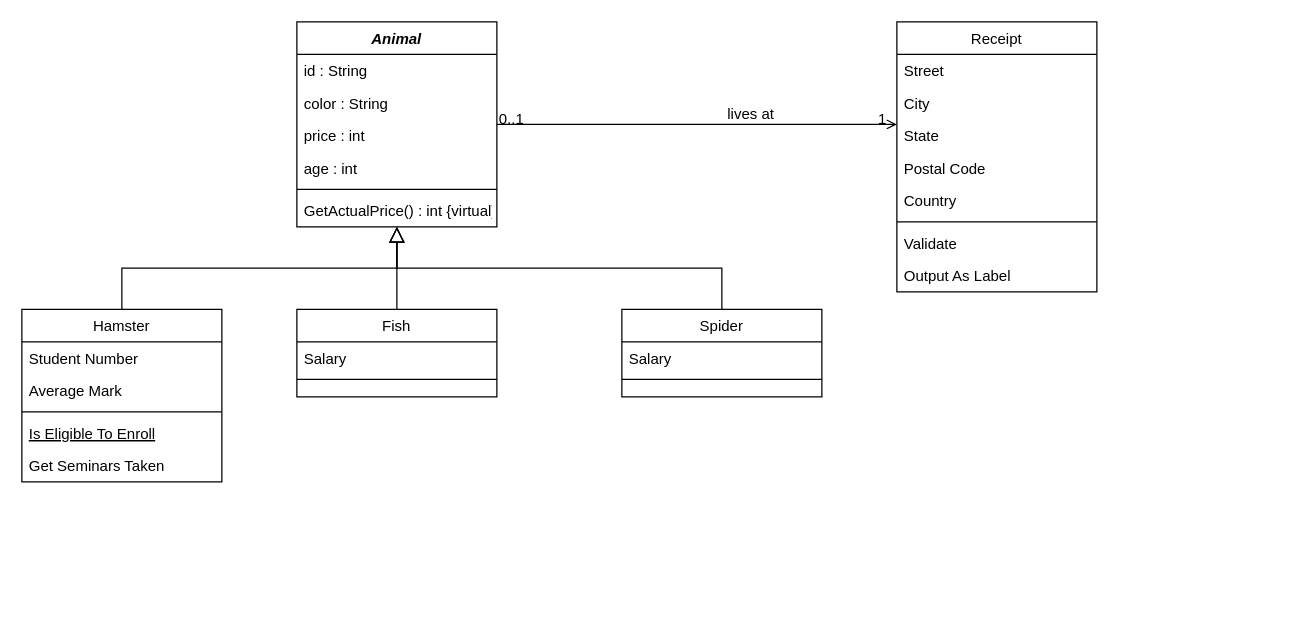
szalaizsolt/feb17 keeps this draw.io diagram as Megnevezetlen diagram.drawio. Above is the earlier version. Source tidied: cells renumbered, new cells numbered last; positions are measured from the earlier drawing's top-left corner, leaving out a move shared by most shapes. Both pictures are drawn from the tidied source at 125%, with x=0, y=0 at pixel (21, 21).
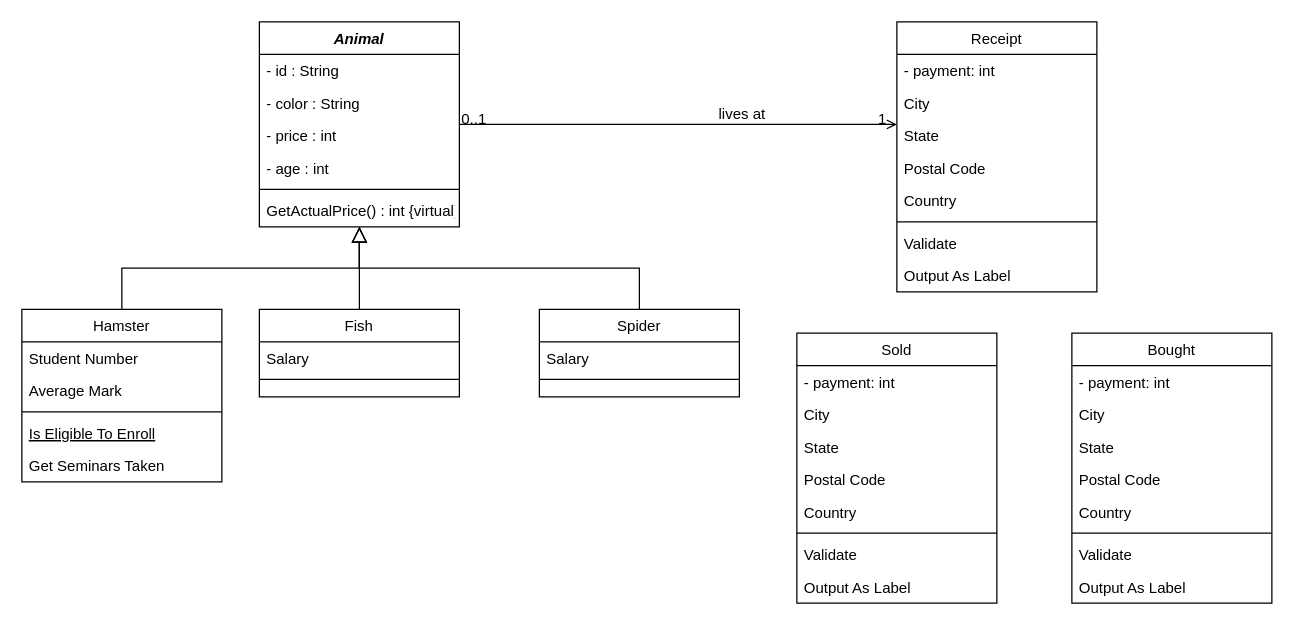
The same page after the edit.

Change to the diagram source:
```diff
@@
     <mxCell id="2" value="Animal" style="swimlane;fontStyle=3;align=center;verticalAlign=top;horizontal=1;startSize=26;rounded=0;shadow=0;strokeWidth=1;" parent="1" vertex="1">
-      <mxGeometry x="220" width="160" height="164" as="geometry" />
+      <mxGeometry x="190" width="160" height="164" as="geometry" />
     </mxCell>
-    <mxCell id="3" value="id : String" style="text;align=left;verticalAlign=top;spacingLeft=4;spacingRight=4;overflow=hidden;" parent="2" vertex="1">
+    <mxCell id="3" value="- id : String" style="text;align=left;verticalAlign=top;spacingLeft=4;spacingRight=4;overflow=hidden;" parent="2" vertex="1">
       <mxGeometry y="26" width="160" height="26" as="geometry" />
     </mxCell>
-    <mxCell id="4" value="color : String" style="text;align=left;verticalAlign=top;spacingLeft=4;spacingRight=4;overflow=hidden;rounded=0;shadow=0;html=0;" parent="2" vertex="1">
+    <mxCell id="4" value="- color : String" style="text;align=left;verticalAlign=top;spacingLeft=4;spacingRight=4;overflow=hidden;rounded=0;shadow=0;html=0;" parent="2" vertex="1">
       <mxGeometry y="52" width="160" height="26" as="geometry" />
     </mxCell>
-    <mxCell id="5" value="price : int" style="text;align=left;verticalAlign=top;spacingLeft=4;spacingRight=4;overflow=hidden;rounded=0;shadow=0;html=0;" parent="2" vertex="1">
+    <mxCell id="5" value="- price : int" style="text;align=left;verticalAlign=top;spacingLeft=4;spacingRight=4;overflow=hidden;rounded=0;shadow=0;html=0;" parent="2" vertex="1">
       <mxGeometry y="78" width="160" height="26" as="geometry" />
     </mxCell>
-    <mxCell id="6" value="age : int" style="text;align=left;verticalAlign=top;spacingLeft=4;spacingRight=4;overflow=hidden;rounded=0;shadow=0;html=0;" parent="2" vertex="1">
+    <mxCell id="6" value="- age : int" style="text;align=left;verticalAlign=top;spacingLeft=4;spacingRight=4;overflow=hidden;rounded=0;shadow=0;html=0;" parent="2" vertex="1">
       <mxGeometry y="104" width="160" height="26" as="geometry" />
     </mxCell>
@@
     <mxCell id="16" value="Fish" style="swimlane;fontStyle=0;align=center;verticalAlign=top;horizontal=1;startSize=26;rounded=0;shadow=0;strokeWidth=1;" parent="1" vertex="1">
-      <mxGeometry x="220" y="230" width="160" height="70" as="geometry" />
+      <mxGeometry x="190" y="230" width="160" height="70" as="geometry" />
     </mxCell>
@@
-    <mxCell id="20" value="Receipt" style="swimlane;fontStyle=0;align=center;verticalAlign=top;horizontal=1;startSize=26;rounded=0;shadow=0;strokeWidth=1;" parent="1" vertex="1">
+    <mxCell id="20" value="Receipt" style="swimlane;fontStyle=0;align=center;verticalAlign=top;horizontal=1;startSize=26;rounded=0;shadow=0;strokeWidth=1;points=[[0,0,0,0,0],[0,0.25,0,0,0],[0,0.5,0,0,0],[0,0.75,0,0,0],[0,1,0,0,0],[0.25,0,0,0,0],[0.25,1,0,0,0],[0.5,0,0,0,0],[0.5,1,0,0,0],[0.75,0,0,0,0],[0.75,1,0,0,0],[1,0,0,0,0],[1,0.25,0,0,0],[1,0.5,0,0,0],[1,0.75,0,0,0],[1,1,0,0,0]];" parent="1" vertex="1">
       <mxGeometry x="700" width="160" height="216" as="geometry" />
     </mxCell>
-    <mxCell id="21" value="Street" style="text;align=left;verticalAlign=top;spacingLeft=4;spacingRight=4;overflow=hidden;" parent="20" vertex="1">
+    <mxCell id="21" value="- payment: int" style="text;align=left;verticalAlign=top;spacingLeft=4;spacingRight=4;overflow=hidden;" parent="20" vertex="1">
       <mxGeometry y="26" width="160" height="26" as="geometry" />
     </mxCell>
@@
     <mxCell id="33" value="Spider" style="swimlane;fontStyle=0;align=center;verticalAlign=top;horizontal=1;startSize=26;rounded=0;shadow=0;strokeWidth=1;points=[[0,0,0,0,0],[0,0.25,0,0,0],[0,0.5,0,0,0],[0,0.75,0,0,0],[0,1,0,0,0],[0.25,0,0,0,0],[0.25,1,0,0,0],[0.5,0,0,0,0],[0.5,1,0,0,0],[0.75,0,0,0,0],[0.75,1,0,0,0],[1,0,0,0,0],[1,0.25,0,0,0],[1,0.5,0,0,0],[1,0.75,0,0,0],[1,1,0,0,0]];" parent="1" vertex="1">
-      <mxGeometry x="480" y="230" width="160" height="70" as="geometry" />
+      <mxGeometry x="414" y="230" width="160" height="70" as="geometry" />
     </mxCell>
@@
+    <mxCell id="37" value="Sold" style="swimlane;fontStyle=0;align=center;verticalAlign=top;horizontal=1;startSize=26;rounded=0;shadow=0;strokeWidth=1;" parent="1" vertex="1">
+      <mxGeometry x="620" y="249" width="160" height="216" as="geometry" />
+    </mxCell>
+    <mxCell id="38" value="- payment: int" style="text;align=left;verticalAlign=top;spacingLeft=4;spacingRight=4;overflow=hidden;" parent="37" vertex="1">
+      <mxGeometry y="26" width="160" height="26" as="geometry" />
+    </mxCell>
+    <mxCell id="39" value="City" style="text;align=left;verticalAlign=top;spacingLeft=4;spacingRight=4;overflow=hidden;rounded=0;shadow=0;html=0;" parent="37" vertex="1">
+      <mxGeometry y="52" width="160" height="26" as="geometry" />
+    </mxCell>
+    <mxCell id="40" value="State" style="text;align=left;verticalAlign=top;spacingLeft=4;spacingRight=4;overflow=hidden;rounded=0;shadow=0;html=0;" parent="37" vertex="1">
+      <mxGeometry y="78" width="160" height="26" as="geometry" />
+    </mxCell>
+    <mxCell id="41" value="Postal Code" style="text;align=left;verticalAlign=top;spacingLeft=4;spacingRight=4;overflow=hidden;rounded=0;shadow=0;html=0;" parent="37" vertex="1">
+      <mxGeometry y="104" width="160" height="26" as="geometry" />
+    </mxCell>
+    <mxCell id="42" value="Country" style="text;align=left;verticalAlign=top;spacingLeft=4;spacingRight=4;overflow=hidden;rounded=0;shadow=0;html=0;" parent="37" vertex="1">
+      <mxGeometry y="130" width="160" height="26" as="geometry" />
+    </mxCell>
+    <mxCell id="43" style="line;html=1;strokeWidth=1;align=left;verticalAlign=middle;spacingTop=-1;spacingLeft=3;spacingRight=3;labelPosition=right;" parent="37" vertex="1">
+      <mxGeometry y="156" width="160" height="8" as="geometry" />
+    </mxCell>
+    <mxCell id="44" value="Validate" style="text;align=left;verticalAlign=top;spacingLeft=4;spacingRight=4;overflow=hidden;" parent="37" vertex="1">
+      <mxGeometry y="164" width="160" height="26" as="geometry" />
+    </mxCell>
+    <mxCell id="45" value="Output As Label" style="text;align=left;verticalAlign=top;spacingLeft=4;spacingRight=4;overflow=hidden;" parent="37" vertex="1">
+      <mxGeometry y="190" width="160" height="26" as="geometry" />
+    </mxCell>
+    <mxCell id="46" value="Bought" style="swimlane;fontStyle=0;align=center;verticalAlign=top;horizontal=1;startSize=26;rounded=0;shadow=0;strokeWidth=1;" parent="1" vertex="1">
+      <mxGeometry x="840" y="249" width="160" height="216" as="geometry" />
+    </mxCell>
+    <mxCell id="47" value="- payment: int" style="text;align=left;verticalAlign=top;spacingLeft=4;spacingRight=4;overflow=hidden;" parent="46" vertex="1">
+      <mxGeometry y="26" width="160" height="26" as="geometry" />
+    </mxCell>
+    <mxCell id="48" value="City" style="text;align=left;verticalAlign=top;spacingLeft=4;spacingRight=4;overflow=hidden;rounded=0;shadow=0;html=0;" parent="46" vertex="1">
+      <mxGeometry y="52" width="160" height="26" as="geometry" />
+    </mxCell>
+    <mxCell id="49" value="State" style="text;align=left;verticalAlign=top;spacingLeft=4;spacingRight=4;overflow=hidden;rounded=0;shadow=0;html=0;" parent="46" vertex="1">
+      <mxGeometry y="78" width="160" height="26" as="geometry" />
+    </mxCell>
+    <mxCell id="50" value="Postal Code" style="text;align=left;verticalAlign=top;spacingLeft=4;spacingRight=4;overflow=hidden;rounded=0;shadow=0;html=0;" parent="46" vertex="1">
+      <mxGeometry y="104" width="160" height="26" as="geometry" />
+    </mxCell>
+    <mxCell id="51" value="Country" style="text;align=left;verticalAlign=top;spacingLeft=4;spacingRight=4;overflow=hidden;rounded=0;shadow=0;html=0;" parent="46" vertex="1">
+      <mxGeometry y="130" width="160" height="26" as="geometry" />
+    </mxCell>
+    <mxCell id="52" style="line;html=1;strokeWidth=1;align=left;verticalAlign=middle;spacingTop=-1;spacingLeft=3;spacingRight=3;labelPosition=right;" parent="46" vertex="1">
+      <mxGeometry y="156" width="160" height="8" as="geometry" />
+    </mxCell>
+    <mxCell id="53" value="Validate" style="text;align=left;verticalAlign=top;spacingLeft=4;spacingRight=4;overflow=hidden;" parent="46" vertex="1">
+      <mxGeometry y="164" width="160" height="26" as="geometry" />
+    </mxCell>
+    <mxCell id="54" value="Output As Label" style="text;align=left;verticalAlign=top;spacingLeft=4;spacingRight=4;overflow=hidden;" parent="46" vertex="1">
+      <mxGeometry y="190" width="160" height="26" as="geometry" />
+    </mxCell>
```
